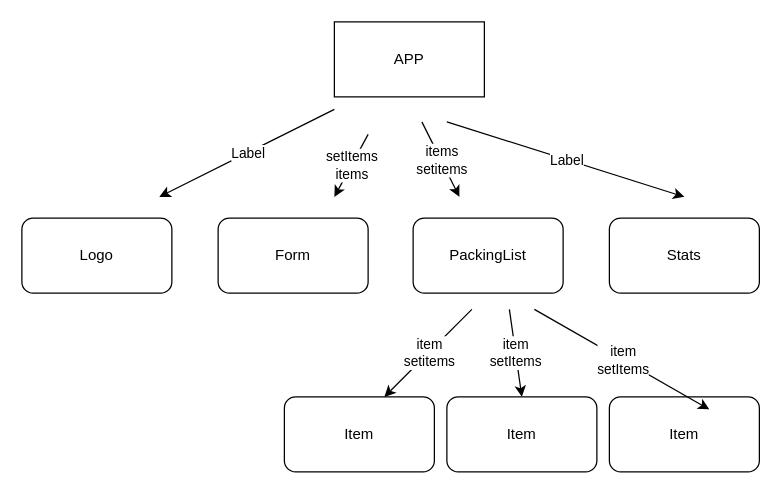
Before: diagram.drawio in jlquijada63/lista-viajes, a draw.io diagram. Source tidied: cells renumbered, new cells numbered last; positions are measured from the earlier drawing's top-left corner, leaving out a move shared by most shapes. Both pictures are drawn from the tidied source at 125%, with x=0, y=0 at pixel (21, 21).
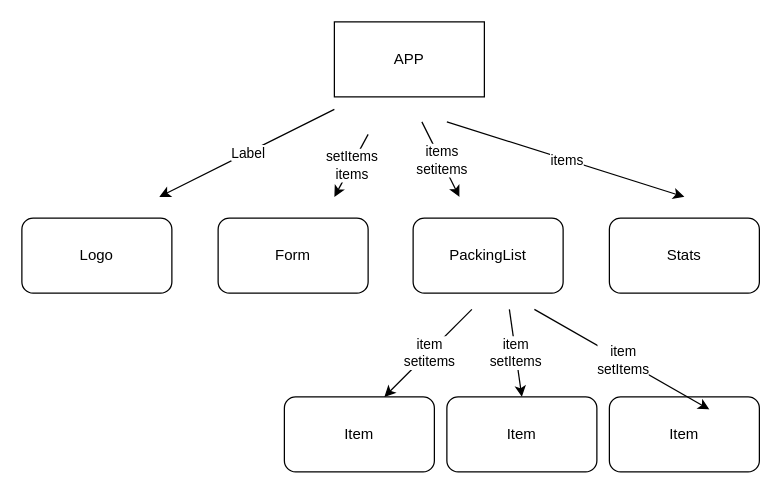
Above is the later version.

The change refers to these unchanged cells:
```xml
<mxCell id="11" style="endArrow=classic;html=1;" parent="1" edge="1">
  <mxGeometry relative="1" as="geometry">
    <mxPoint x="340" y="80" as="sourcePoint" />
    <mxPoint x="530" y="140" as="targetPoint" />
  </mxGeometry>
</mxCell>
```

What changed in the source:
```diff
@@
-    <mxCell id="12" value="Label" style="edgeLabel;html=1;align=center;verticalAlign=middle;" parent="11" vertex="1">
+    <mxCell id="12" value="items" style="edgeLabel;html=1;align=center;verticalAlign=middle;" parent="11" vertex="1">
       <mxGeometry relative="1" as="geometry" />
     </mxCell>
```
